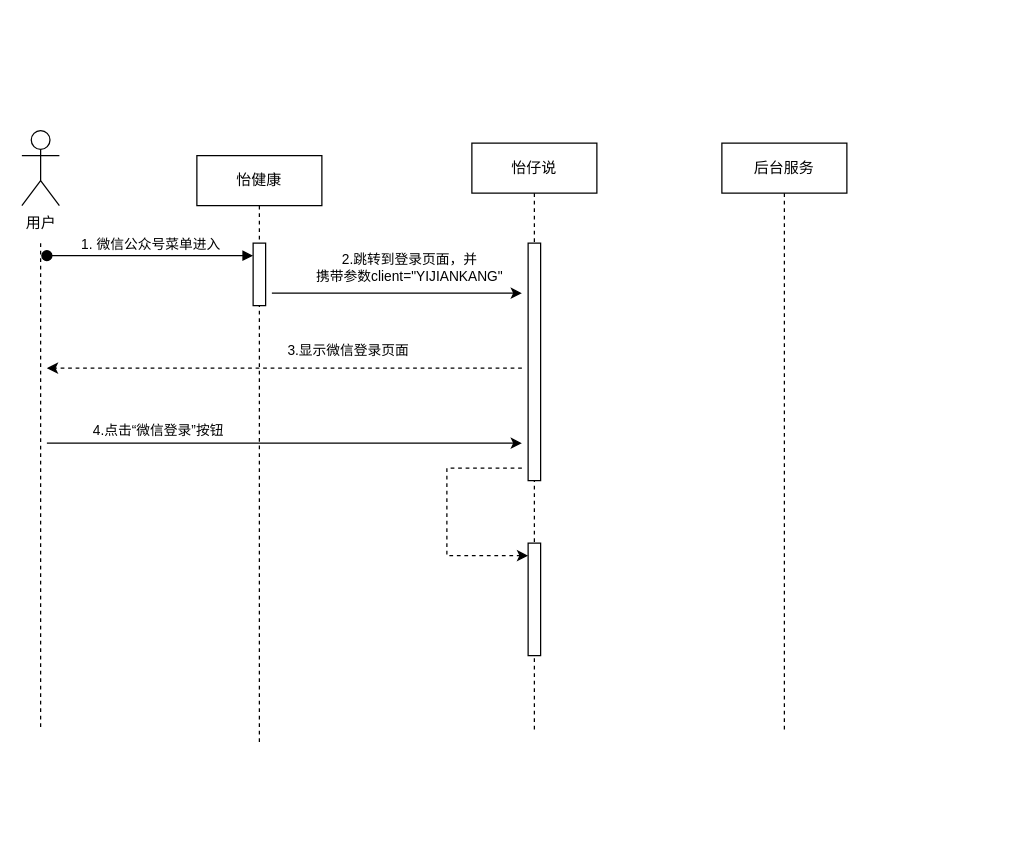
Above: 怡健康使用怡仔说微信登录流程.drawio in KQLei/diagrams (draw.io), before the change. Source tidied: cells renumbered, new cells numbered last; positions are measured from the earlier drawing's top-left corner, leaving out a move shared by most shapes. Both pictures are drawn from the tidied source at 125%, with x=0, y=0 at pixel (21, 130).
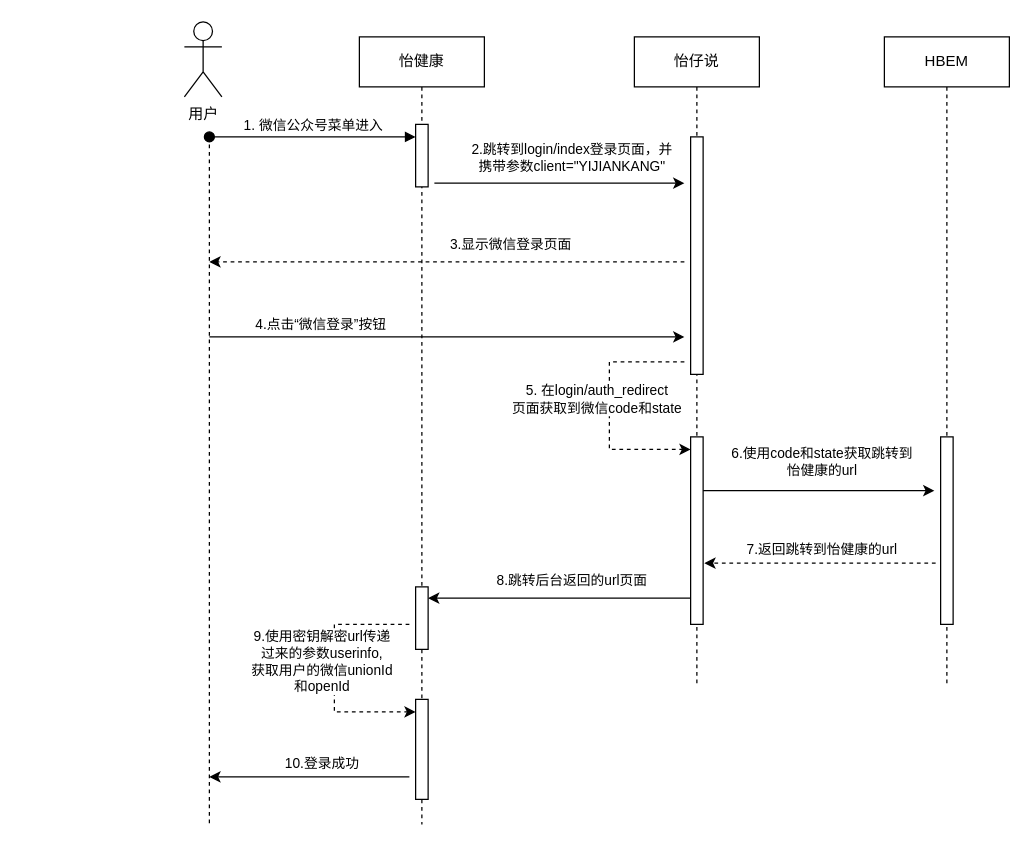
After the change.

Commit message (it also covers changes not shown here):
更新怡健康使用怡仔说微信登录流程.drawio

The edit, as a diff of the source:
```diff
@@
     <mxCell id="2" value="怡仔说" style="shape=umlLifeline;perimeter=lifelinePerimeter;whiteSpace=wrap;html=1;newEdgeStyle={&quot;edgeStyle&quot;:&quot;elbowEdgeStyle&quot;,&quot;elbow&quot;:&quot;vertical&quot;,&quot;curved&quot;:0,&quot;rounded&quot;:0};" parent="1" vertex="1">
-      <mxGeometry x="360" y="10" width="100" height="470" as="geometry" />
+      <mxGeometry x="490" y="-75" width="100" height="520" as="geometry" />
     </mxCell>
@@
     <mxCell id="4" style="html=1;points=[];perimeter=orthogonalPerimeter;outlineConnect=0;targetShapes=umlLifeline;portConstraint=eastwest;newEdgeStyle={&quot;edgeStyle&quot;:&quot;elbowEdgeStyle&quot;,&quot;elbow&quot;:&quot;vertical&quot;,&quot;curved&quot;:0,&quot;rounded&quot;:0};" parent="2" vertex="1">
-      <mxGeometry x="45" y="320" width="10" height="90" as="geometry" />
+      <mxGeometry x="45" y="320" width="10" height="150" as="geometry" />
     </mxCell>
-    <mxCell id="5" style="endArrow=classic;html=1;rounded=0;dashed=1;" parent="2" edge="1" target="4">
-      <mxGeometry relative="1" as="geometry">
+    <mxCell id="5" value="5. 在login/auth_redirect&lt;br&gt;页面获取到微信code和state" style="endArrow=classic;html=1;rounded=0;dashed=1;" parent="2" edge="1" target="4">
+      <mxGeometry x="-0.08" y="-10" relative="1" as="geometry">
         <mxPoint x="40" y="260" as="sourcePoint" />
         <Array as="points">
           <mxPoint x="-20" y="260" />
           <mxPoint x="-20" y="290" />
           <mxPoint x="-20" y="330" />
         </Array>
       </mxGeometry>
     </mxCell>
-    <mxCell id="6" value="后台服务" style="shape=umlLifeline;perimeter=lifelinePerimeter;whiteSpace=wrap;html=1;newEdgeStyle={&quot;edgeStyle&quot;:&quot;elbowEdgeStyle&quot;,&quot;elbow&quot;:&quot;vertical&quot;,&quot;curved&quot;:0,&quot;rounded&quot;:0};" parent="1" vertex="1">
-      <mxGeometry x="560" y="10" width="100" height="470" as="geometry" />
+    <mxCell id="6" value="HBEM" style="shape=umlLifeline;perimeter=lifelinePerimeter;whiteSpace=wrap;html=1;newEdgeStyle={&quot;edgeStyle&quot;:&quot;elbowEdgeStyle&quot;,&quot;elbow&quot;:&quot;vertical&quot;,&quot;curved&quot;:0,&quot;rounded&quot;:0};" parent="1" vertex="1">
+      <mxGeometry x="690" y="-75" width="100" height="520" as="geometry" />
     </mxCell>
+    <mxCell id="16" style="html=1;perimeter=orthogonalPerimeter;targetShapes=umlLifeline;newEdgeStyle={&quot;edgeStyle&quot;:&quot;elbowEdgeStyle&quot;,&quot;elbow&quot;:&quot;vertical&quot;,&quot;curved&quot;:0,&quot;rounded&quot;:0};" parent="6" vertex="1">
+      <mxGeometry x="45" y="320" width="10" height="150" as="geometry" />
+    </mxCell>
     <mxCell id="7" style="edgeStyle=orthogonalEdgeStyle;rounded=0;orthogonalLoop=1;jettySize=auto;html=1;dashed=1;endArrow=none;endFill=0;" parent="1" edge="1">
       <mxGeometry relative="1" as="geometry">
-        <mxPoint x="15" y="90" as="sourcePoint" />
-        <mxPoint x="15" y="480" as="targetPoint" />
+        <mxPoint x="150" y="5" as="sourcePoint" />
+        <mxPoint x="150" y="555" as="targetPoint" />
       </mxGeometry>
     </mxCell>
     <mxCell id="8" value="用户" style="shape=umlActor;verticalLabelPosition=bottom;verticalAlign=top;html=1;" parent="1" vertex="1">
-      <mxGeometry width="30" height="60" as="geometry" />
+      <mxGeometry x="130" y="-87" width="30" height="60" as="geometry" />
     </mxCell>
     <mxCell id="9" style="endArrow=classic;html=1;rounded=0;dashed=1;" parent="1" edge="1">
       <mxGeometry relative="1" as="geometry">
-        <mxPoint x="400" y="190" as="sourcePoint" />
-        <mxPoint x="20" y="190" as="targetPoint" />
+        <mxPoint x="530" y="105" as="sourcePoint" />
+        <mxPoint x="150" y="105" as="targetPoint" />
       </mxGeometry>
     </mxCell>
@@
-    <mxCell id="11" value="2.跳转到登录页面，并&lt;br&gt;携带参数client=&quot;YIJIANKANG&quot;" style="endArrow=classic;html=1;rounded=0;" parent="1" edge="1">
+    <mxCell id="11" value="2.跳转到login/index登录页面，并&lt;br&gt;携带参数client=&quot;YIJIANKANG&quot;" style="endArrow=classic;html=1;rounded=0;" parent="1" edge="1">
       <mxGeometry x="0.1" y="20" relative="1" as="geometry">
-        <mxPoint x="200" y="130" as="sourcePoint" />
-        <mxPoint x="400" y="130" as="targetPoint" />
+        <mxPoint x="330" y="42" as="sourcePoint" />
+        <mxPoint x="530" y="42" as="targetPoint" />
         <Array as="points">
-          <mxPoint x="290" y="130" />
+          <mxPoint x="420" y="42" />
         </Array>
       </mxGeometry>
     </mxCell>
     <mxCell id="12" value="怡健康" style="shape=umlLifeline;perimeter=lifelinePerimeter;whiteSpace=wrap;html=1;newEdgeStyle={&quot;edgeStyle&quot;:&quot;elbowEdgeStyle&quot;,&quot;elbow&quot;:&quot;vertical&quot;,&quot;curved&quot;:0,&quot;rounded&quot;:0};" parent="1" vertex="1">
-      <mxGeometry x="140" y="20" width="100" height="470" as="geometry" />
+      <mxGeometry x="270" y="-75" width="100" height="630" as="geometry" />
     </mxCell>
@@
+    <mxCell id="17" style="html=1;perimeter=orthogonalPerimeter;targetShapes=umlLifeline;newEdgeStyle={&quot;edgeStyle&quot;:&quot;elbowEdgeStyle&quot;,&quot;elbow&quot;:&quot;vertical&quot;,&quot;curved&quot;:0,&quot;rounded&quot;:0};" parent="12" vertex="1">
+      <mxGeometry x="45" y="440" width="10" height="50" as="geometry" />
+    </mxCell>
+    <mxCell id="18" style="html=1;perimeter=orthogonalPerimeter;targetShapes=umlLifeline;newEdgeStyle={&quot;edgeStyle&quot;:&quot;elbowEdgeStyle&quot;,&quot;elbow&quot;:&quot;vertical&quot;,&quot;curved&quot;:0,&quot;rounded&quot;:0};" parent="12" vertex="1">
+      <mxGeometry x="45" y="530" width="10" height="80" as="geometry" />
+    </mxCell>
     <mxCell id="15" value="4.点击“微信登录”按钮" style="endArrow=classic;html=1;rounded=0;" parent="1" edge="1">
       <mxGeometry x="-0.53" y="10" relative="1" as="geometry">
-        <mxPoint x="20" y="250" as="sourcePoint" />
-        <mxPoint x="400" y="250" as="targetPoint" />
+        <mxPoint x="150" y="165" as="sourcePoint" />
+        <mxPoint x="530" y="165" as="targetPoint" />
         <Array as="points">
-          <mxPoint x="60" y="250" />
-          <mxPoint x="290" y="250" />
+          <mxPoint x="190" y="165" />
+          <mxPoint x="420" y="165" />
         </Array>
       </mxGeometry>
     </mxCell>
+    <mxCell id="19" value="6.使用code和state获取跳转到&lt;br&gt;怡健康的url" style="endArrow=classic;html=1;rounded=0;" parent="1" edge="1">
+      <mxGeometry x="0.03" y="23" relative="1" as="geometry">
+        <mxPoint x="545" y="288" as="sourcePoint" />
+        <mxPoint x="730" y="288" as="targetPoint" />
+        <Array as="points">
+          <mxPoint x="610" y="288" />
+        </Array>
+      </mxGeometry>
+    </mxCell>
+    <mxCell id="20" value="7.返回跳转到怡健康的url" style="endArrow=classic;html=1;rounded=0;dashed=1;" parent="1" edge="1">
+      <mxGeometry x="-0.02" y="-11" relative="1" as="geometry">
+        <mxPoint x="731" y="346" as="sourcePoint" />
+        <mxPoint x="546" y="346" as="targetPoint" />
+      </mxGeometry>
+    </mxCell>
+    <mxCell id="21" value="8.跳转后台返回的url页面" style="endArrow=classic;html=1;rounded=0;" parent="1" edge="1">
+      <mxGeometry x="-0.1" y="-14" relative="1" as="geometry">
+        <mxPoint x="535" y="374" as="sourcePoint" />
+        <mxPoint x="325" y="374" as="targetPoint" />
+      </mxGeometry>
+    </mxCell>
+    <mxCell id="22" value="9.使用密钥解密url传递&lt;br&gt;过来的参数userinfo,&lt;br&gt;获取用户的微信unionId&lt;br&gt;和openId" style="endArrow=classic;html=1;rounded=0;dashed=1;" parent="1" edge="1">
+      <mxGeometry x="-0.08" y="-10" relative="1" as="geometry">
+        <mxPoint x="310" y="395" as="sourcePoint" />
+        <mxPoint x="315" y="465" as="targetPoint" />
+        <Array as="points">
+          <mxPoint x="250" y="395" />
+          <mxPoint x="250" y="425" />
+          <mxPoint x="250" y="465" />
+        </Array>
+      </mxGeometry>
+    </mxCell>
+    <mxCell id="23" style="endArrow=classic;html=1;rounded=0;" parent="1" edge="1">
+      <mxGeometry relative="1" as="geometry">
+        <mxPoint x="310" y="517" as="sourcePoint" />
+        <mxPoint x="150" y="517" as="targetPoint" />
+      </mxGeometry>
+    </mxCell>
+    <mxCell id="24" value="10.登录成功" style="edgeLabel;html=1;align=center;verticalAlign=middle;" parent="23" vertex="1">
+      <mxGeometry x="-0.11" y="2" relative="1" as="geometry">
+        <mxPoint y="-14" as="offset" />
+      </mxGeometry>
+    </mxCell>
```
